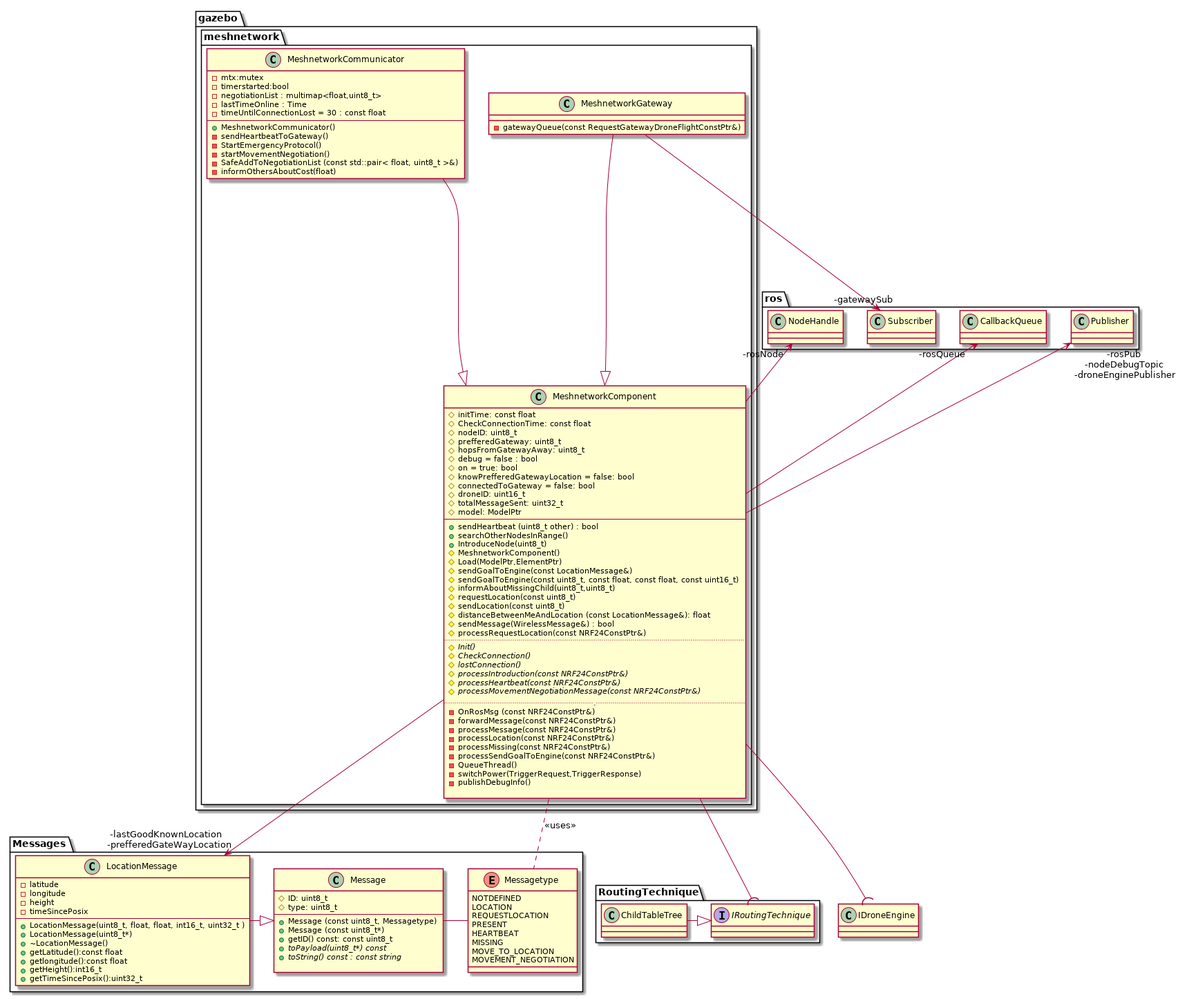
Before: Docs/DesignDocumenten/UML/out/Meshnetwork/class/MeshnetworkClass/MeshnetworkClass.png, a diagram exported from PlantUML (mauriceberentsen/Automated-Drone-Distribution-Network). Its diagram source:
```plantuml
@startuml

namespace Messages{
    enum Messagetype{
        NOTDEFINED
        LOCATION
        REQUESTLOCATION
        PRESENT
        HEARTBEAT
        MISSING
        MOVE_TO_LOCATION
        MOVEMENT_NEGOTIATION
    }
    class Message{
        #ID: uint8_t
        #type: uint8_t
        ----
        +Message (const uint8_t, Messagetype)
        +Message (const uint8_t*)
        +getID() const: const uint8_t
        +{abstract} toPayload(uint8_t*) const
        +{abstract} toString() const : const string

    }
    class LocationMessage{
        -latitude
        -longitude
        -height
        -timeSincePosix
        ----
        +LocationMessage(uint8_t, float, float, int16_t, uint32_t )
        +LocationMessage(uint8_t*)
        +~LocationMessage()
        +getLatitude():const float
        +getlongitude():const float
        +getHeight():int16_t
        +getTimeSincePosix():uint32_t
    }
    LocationMessage -|> Message
    Message-Messagetype
}

namespace RoutingTechnique{
    interface IRoutingTechnique
    class ChildTableTree
    ChildTableTree -|> IRoutingTechnique
}

namespace ros{
    class CallbackQueue
    class NodeHandle
    class Subscriber
    class Publisher
}

namespace gazebo{
    namespace meshnetwork{
        class MeshnetworkCommunicator
        {
            -mtx:mutex
            -timerstarted:bool
            -negotiationList : multimap<float,uint8_t>
            -lastTimeOnline : Time
            -timeUntilConnectionLost = 30 : const float
            ----
            +MeshnetworkCommunicator()
            -sendHeartbeatToGateway()
            -StartEmergencyProtocol()
            -startMovementNegotiation()
            -SafeAddToNegotiationList (const std::pair< float, uint8_t >&)
            -informOthersAboutCost(float)
        }

        class MeshnetworkComponent
        {
            #initTime: const float
            #CheckConnectionTime: const float
            #nodeID: uint8_t
            #prefferedGateway: uint8_t
            #hopsFromGatewayAway: uint8_t
            #debug = false : bool
            #on = true: bool
            #knowPrefferedGatewayLocation = false: bool
            #connectedToGateway = false: bool
            #droneID: uint16_t
            #totalMessageSent: uint32_t
            #model: ModelPtr
            ----
            +sendHeartbeat (uint8_t other) : bool
            +searchOtherNodesInRange()
            +IntroduceNode(uint8_t)
            #MeshnetworkComponent()
            #Load(ModelPtr,ElementPtr)
            #sendGoalToEngine(const LocationMessage&)
            #sendGoalToEngine(const uint8_t, const float, const float, const uint16_t)
            #informAboutMissingChild(uint8_t,uint8_t)
            #requestLocation(const uint8_t)
            #sendLocation(const uint8_t)
            #distanceBetweenMeAndLocation (const LocationMessage&): float
            #sendMessage(WirelessMessage&) : bool
            #processRequestLocation(const NRF24ConstPtr&)
            ....
            #{abstract}Init()
            #{abstract}CheckConnection()
            #{abstract}lostConnection()
            #{abstract}processIntroduction(const NRF24ConstPtr&)
            #{abstract}processHeartbeat(const NRF24ConstPtr&)
            #{abstract}processMovementNegotiationMessage(const NRF24ConstPtr&)
            .....
            -OnRosMsg (const NRF24ConstPtr&)
            -forwardMessage(const NRF24ConstPtr&)
            -processMessage(const NRF24ConstPtr&)
            -processLocation(const NRF24ConstPtr&)
            -processMissing(const NRF24ConstPtr&)
            -processSendGoalToEngine(const NRF24ConstPtr&)
            -QueueThread()
            -switchPower(TriggerRequest,TriggerResponse)
            -publishDebugInfo()

        }
        class MeshnetworkGateway
        {
            -gatewayQueue(const RequestGatewayDroneFlightConstPtr&)
        }
        MeshnetworkGateway --|> MeshnetworkComponent
        MeshnetworkCommunicator --|> MeshnetworkComponent
    }

}
gazebo.meshnetwork.MeshnetworkComponent --( RoutingTechnique.IRoutingTechnique

gazebo.meshnetwork.MeshnetworkComponent -up-> "-rosQueue" ros.CallbackQueue
gazebo.meshnetwork.MeshnetworkComponent -up-> "-rosNode" ros.NodeHandle
gazebo.meshnetwork.MeshnetworkComponent --> "-rosPub\n-nodeDebugTopic\n-droneEnginePublisher" ros.Publisher
gazebo.meshnetwork.MeshnetworkComponent -up-> "-lastGoodKnownLocation \n -prefferedGateWayLocation" Messages.LocationMessage
gazebo.meshnetwork.MeshnetworkComponent .. Messages.Messagetype: <<uses>>
gazebo.meshnetwork.MeshnetworkComponent --( IDroneEngine

gazebo.meshnetwork.MeshnetworkGateway --> "-gatewaySub" ros.Subscriber


@enduml
```
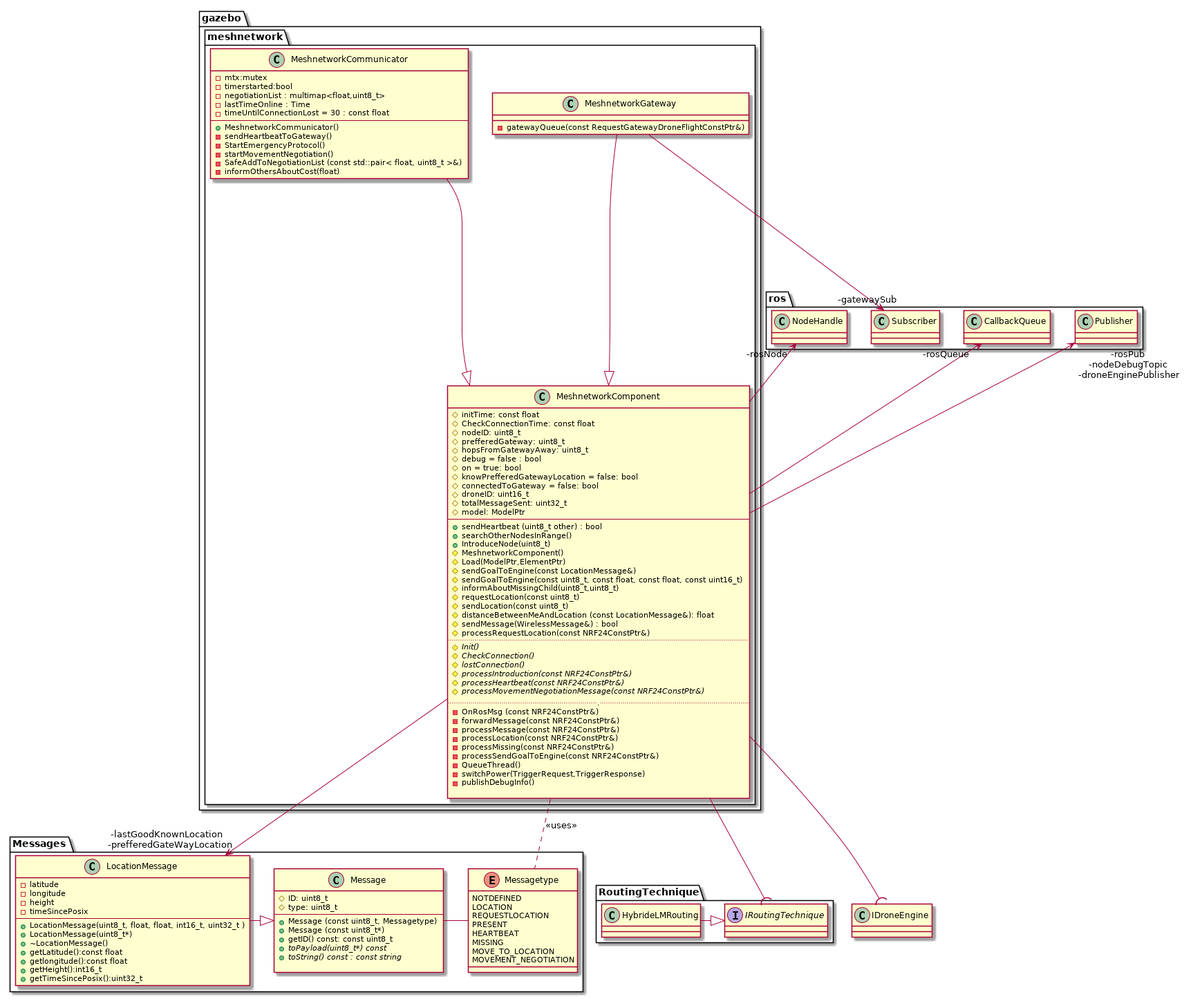
Later version of the same file.

Diff of the diagram source:
```diff
@@ -42,8 +42,8 @@
 
 namespace RoutingTechnique{
     interface IRoutingTechnique
-    class ChildTableTree
-    ChildTableTree -|> IRoutingTechnique
+    class HybrideLMRouting
+    HybrideLMRouting -|> IRoutingTechnique
 }
 
 namespace ros{
```
